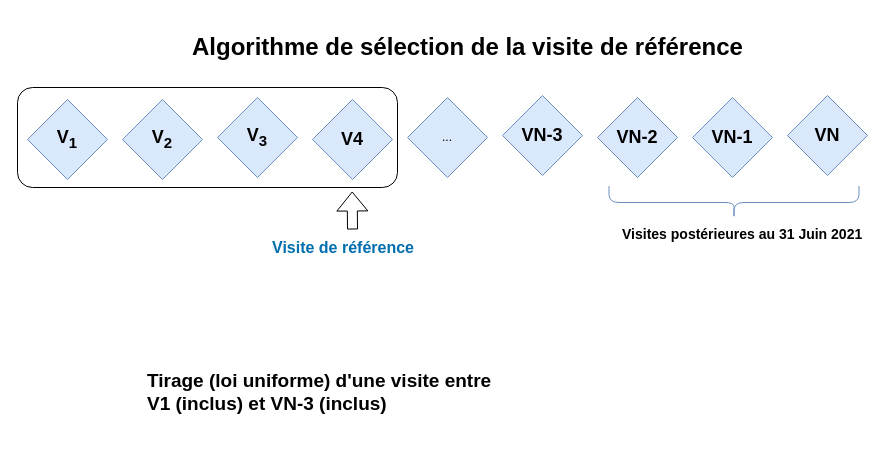
Above: algorithme_séquence.drawio in Basso42/BEHRT (draw.io), before the change. Source tidied: cells renumbered, new cells numbered last; positions are measured from the earlier drawing's top-left corner, leaving out a move shared by most shapes. Both pictures are drawn from the tidied source at 100%, with x=0, y=0 at pixel (17, 27).
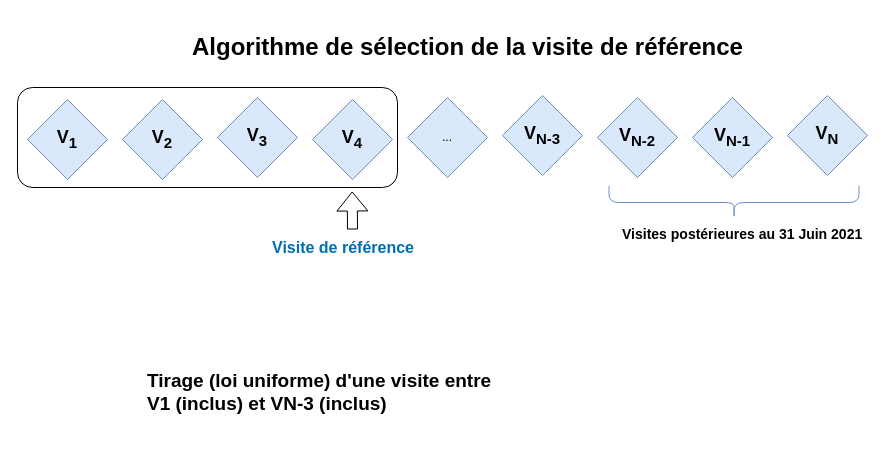
Above is the later version.

Commit message (it also covers changes not shown here):
Mettre à jour algorithme_séquence.drawio

Diff of the diagram source:
```diff
@@
 <mxGraphModel>
   <root>
     <mxCell id="0" />
     <mxCell id="1" parent="0" />
     <mxCell id="2" style="rounded=1;whiteSpace=wrap;html=1;fillColor=none;strokeWidth=1;" parent="1" vertex="1">
       <mxGeometry y="60" width="380" height="100" as="geometry" />
     </mxCell>
-    <mxCell id="3" value="&lt;b&gt;&lt;font style=&quot;font-size: 18px;&quot;&gt;VN-3&lt;/font&gt;&lt;/b&gt;" style="rhombus;whiteSpace=wrap;html=1;flipH=1;flipV=0;fillColor=#dae8fc;strokeColor=#6c8ebf;" parent="1" vertex="1">
+    <mxCell id="3" value="&lt;b&gt;&lt;font style=&quot;font-size: 18px;&quot;&gt;V&lt;sub&gt;N-3&lt;/sub&gt;&lt;/font&gt;&lt;/b&gt;" style="rhombus;whiteSpace=wrap;html=1;flipH=1;flipV=0;fillColor=#dae8fc;strokeColor=#6c8ebf;" parent="1" vertex="1">
       <mxGeometry x="485" y="68" width="80" height="80" as="geometry" />
     </mxCell>
-    <mxCell id="4" value="&lt;b&gt;&lt;font style=&quot;font-size: 18px;&quot;&gt;VN&lt;/font&gt;&lt;/b&gt;" style="rhombus;whiteSpace=wrap;html=1;flipH=1;flipV=0;fillColor=#dae8fc;strokeColor=#6c8ebf;" parent="1" vertex="1">
+    <mxCell id="4" value="&lt;b&gt;&lt;font style=&quot;font-size: 18px;&quot;&gt;V&lt;sub&gt;N&lt;/sub&gt;&lt;/font&gt;&lt;/b&gt;" style="rhombus;whiteSpace=wrap;html=1;flipH=1;flipV=0;fillColor=#dae8fc;strokeColor=#6c8ebf;" parent="1" vertex="1">
       <mxGeometry x="770" y="68" width="80" height="80" as="geometry" />
     </mxCell>
     <mxCell id="5" value="..." style="rhombus;whiteSpace=wrap;html=1;flipH=1;flipV=0;fillColor=#dae8fc;strokeColor=#6c8ebf;" parent="1" vertex="1">
       <mxGeometry x="390" y="70" width="80" height="80" as="geometry" />
     </mxCell>
-    <mxCell id="6" value="&lt;b&gt;&lt;font style=&quot;font-size: 18px;&quot;&gt;VN-2&lt;/font&gt;&lt;/b&gt;" style="rhombus;whiteSpace=wrap;html=1;flipH=1;flipV=0;fillColor=#dae8fc;strokeColor=#6c8ebf;" parent="1" vertex="1">
+    <mxCell id="6" value="&lt;b&gt;&lt;font style=&quot;font-size: 18px;&quot;&gt;V&lt;sub&gt;N-2&lt;/sub&gt;&lt;/font&gt;&lt;/b&gt;" style="rhombus;whiteSpace=wrap;html=1;flipH=1;flipV=0;fillColor=#dae8fc;strokeColor=#6c8ebf;" parent="1" vertex="1">
       <mxGeometry x="580" y="70" width="80" height="80" as="geometry" />
     </mxCell>
-    <mxCell id="7" value="&lt;b&gt;&lt;font style=&quot;font-size: 18px;&quot;&gt;VN-1&lt;/font&gt;&lt;/b&gt;" style="rhombus;whiteSpace=wrap;html=1;flipH=1;flipV=0;fillColor=#dae8fc;strokeColor=#6c8ebf;" parent="1" vertex="1">
+    <mxCell id="7" value="&lt;b&gt;&lt;font style=&quot;font-size: 18px;&quot;&gt;V&lt;sub&gt;N-1&lt;/sub&gt;&lt;/font&gt;&lt;/b&gt;" style="rhombus;whiteSpace=wrap;html=1;flipH=1;flipV=0;fillColor=#dae8fc;strokeColor=#6c8ebf;" parent="1" vertex="1">
       <mxGeometry x="675" y="70" width="80" height="80" as="geometry" />
     </mxCell>
     <mxCell id="8" value="&lt;b&gt;&lt;font style=&quot;font-size: 18px;&quot;&gt;V&lt;sub&gt;3&lt;/sub&gt;&lt;/font&gt;&lt;/b&gt;" style="rhombus;whiteSpace=wrap;html=1;flipH=1;flipV=0;fillColor=#dae8fc;strokeColor=#6c8ebf;" parent="1" vertex="1">
       <mxGeometry x="200" y="70" width="80" height="80" as="geometry" />
     </mxCell>
     <mxCell id="9" value="&lt;b&gt;&lt;font style=&quot;font-size: 18px;&quot;&gt;V&lt;sub&gt;1&lt;/sub&gt;&lt;/font&gt;&lt;/b&gt;" style="rhombus;whiteSpace=wrap;html=1;flipH=1;flipV=0;fillColor=#dae8fc;strokeColor=#6c8ebf;" parent="1" vertex="1">
       <mxGeometry x="10" y="72" width="80" height="80" as="geometry" />
     </mxCell>
     <mxCell id="10" value="&lt;b&gt;&lt;font style=&quot;font-size: 18px;&quot;&gt;V&lt;sub&gt;2&lt;/sub&gt;&lt;/font&gt;&lt;/b&gt;" style="rhombus;whiteSpace=wrap;html=1;flipH=1;flipV=0;fillColor=#dae8fc;strokeColor=#6c8ebf;" parent="1" vertex="1">
       <mxGeometry x="105" y="72" width="80" height="80" as="geometry" />
     </mxCell>
-    <mxCell id="11" value="&lt;b&gt;&lt;font style=&quot;font-size: 18px;&quot;&gt;V4&lt;/font&gt;&lt;/b&gt;" style="rhombus;whiteSpace=wrap;html=1;flipH=1;flipV=0;fillColor=#dae8fc;strokeColor=#6c8ebf;" parent="1" vertex="1">
+    <mxCell id="11" value="&lt;b&gt;&lt;font style=&quot;font-size: 18px;&quot;&gt;V&lt;sub&gt;4&lt;/sub&gt;&lt;/font&gt;&lt;/b&gt;" style="rhombus;whiteSpace=wrap;html=1;flipH=1;flipV=0;fillColor=#dae8fc;strokeColor=#6c8ebf;" parent="1" vertex="1">
       <mxGeometry x="295" y="72" width="80" height="80" as="geometry" />
     </mxCell>
     <mxCell id="12" value="&lt;h1&gt;Algorithme de sélection de la visite de référence&lt;br&gt;&lt;/h1&gt;&lt;p&gt;&lt;br&gt;&lt;/p&gt;" style="text;html=1;strokeColor=none;fillColor=none;spacing=5;spacingTop=-20;whiteSpace=wrap;overflow=hidden;rounded=0;" parent="1" vertex="1">
       <mxGeometry x="170" width="625" height="40" as="geometry" />
     </mxCell>
     <mxCell id="13" style="shape=curlyBracket;whiteSpace=wrap;html=1;rounded=1;labelPosition=left;verticalLabelPosition=middle;align=right;verticalAlign=middle;flipV=1;rotation=-90;fillColor=#dae8fc;strokeColor=#6c8ebf;" parent="1" vertex="1">
       <mxGeometry x="700" y="50" width="33" height="250" as="geometry" />
     </mxCell>
     <mxCell id="14" value="&lt;h1 style=&quot;font-size: 14px;&quot;&gt;Visites postérieures au 31 Juin 2021&lt;br&gt;&lt;/h1&gt;&lt;p&gt;&lt;br&gt;&lt;/p&gt;" style="text;html=1;strokeColor=none;fillColor=none;spacing=5;spacingTop=-20;whiteSpace=wrap;overflow=hidden;rounded=0;" parent="1" vertex="1">
       <mxGeometry x="600" y="200" width="260" height="20" as="geometry" />
     </mxCell>
     <mxCell id="15" value="&lt;h1 style=&quot;font-size: 19px;&quot;&gt;Tirage (loi uniforme) d'une visite entre V1 (inclus) et VN-3 (inclus) &lt;br&gt;&lt;/h1&gt;&lt;p&gt;&lt;br&gt;&lt;/p&gt;" style="text;html=1;strokeColor=none;fillColor=none;spacing=5;spacingTop=-20;whiteSpace=wrap;overflow=hidden;rounded=0;" parent="1" vertex="1">
       <mxGeometry x="125" y="340" width="360" height="70" as="geometry" />
     </mxCell>
     <mxCell id="16" value="&lt;h1 style=&quot;font-size: 16px;&quot;&gt;&lt;font style=&quot;font-size: 16px;&quot; color=&quot;#006eaf&quot;&gt;Visite de référence&lt;/font&gt;&lt;br&gt;&lt;/h1&gt;&lt;p&gt;&lt;br&gt;&lt;/p&gt;" style="text;html=1;strokeColor=none;fillColor=none;spacing=5;spacingTop=-20;whiteSpace=wrap;overflow=hidden;rounded=0;" parent="1" vertex="1">
       <mxGeometry x="250" y="210" width="170" height="30" as="geometry" />
     </mxCell>
     <mxCell id="17" style="shape=flexArrow;endArrow=classic;html=1;rounded=0;" parent="1" edge="1">
       <mxGeometry relative="1" as="geometry">
         <mxPoint x="335" y="202" as="sourcePoint" />
         <mxPoint x="334.7" y="164" as="targetPoint" />
       </mxGeometry>
     </mxCell>
   </root>
 </mxGraphModel>
```
